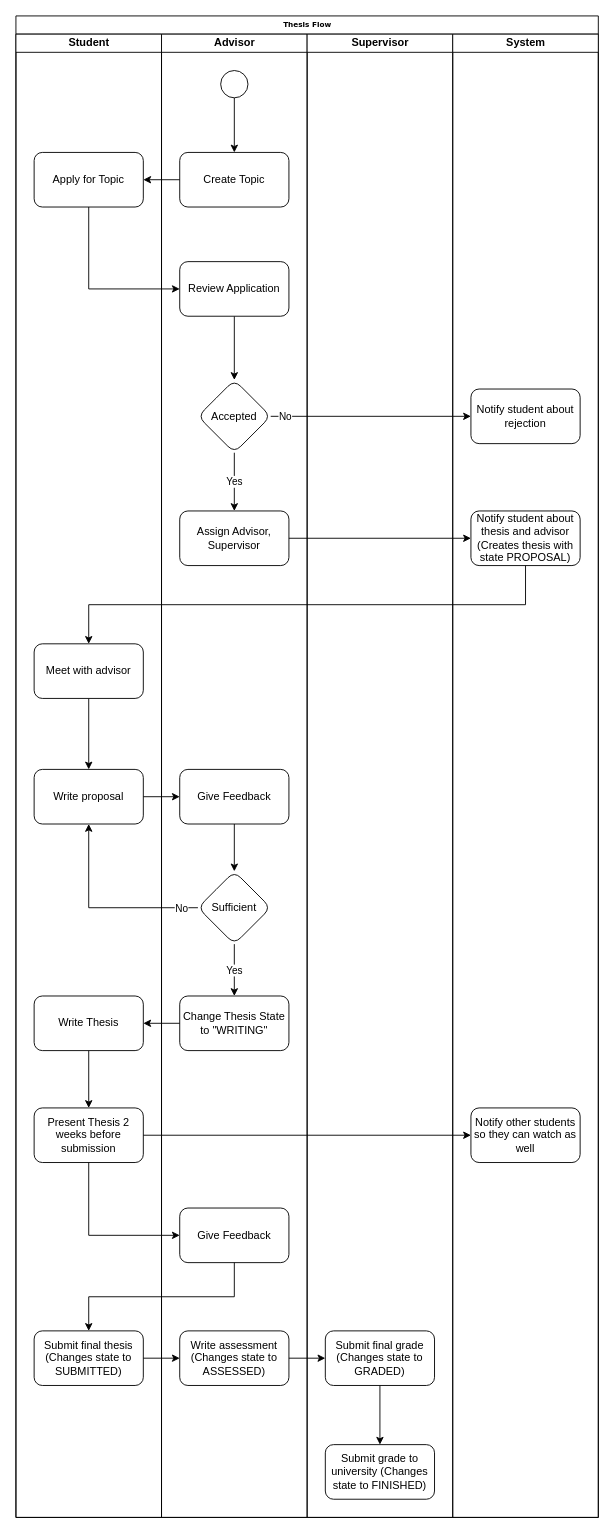
fabian-emilius/bachelor-thesis-charts keeps this draw.io diagram as thesis-writing-flowchart.drawio. Above is the earlier version. Source tidied: cells renumbered, new cells numbered last; positions are measured from the earlier drawing's top-left corner, leaving out a move shared by most shapes. Both pictures are drawn from the tidied source at 91%, with x=0, y=0 at pixel (15, 15).
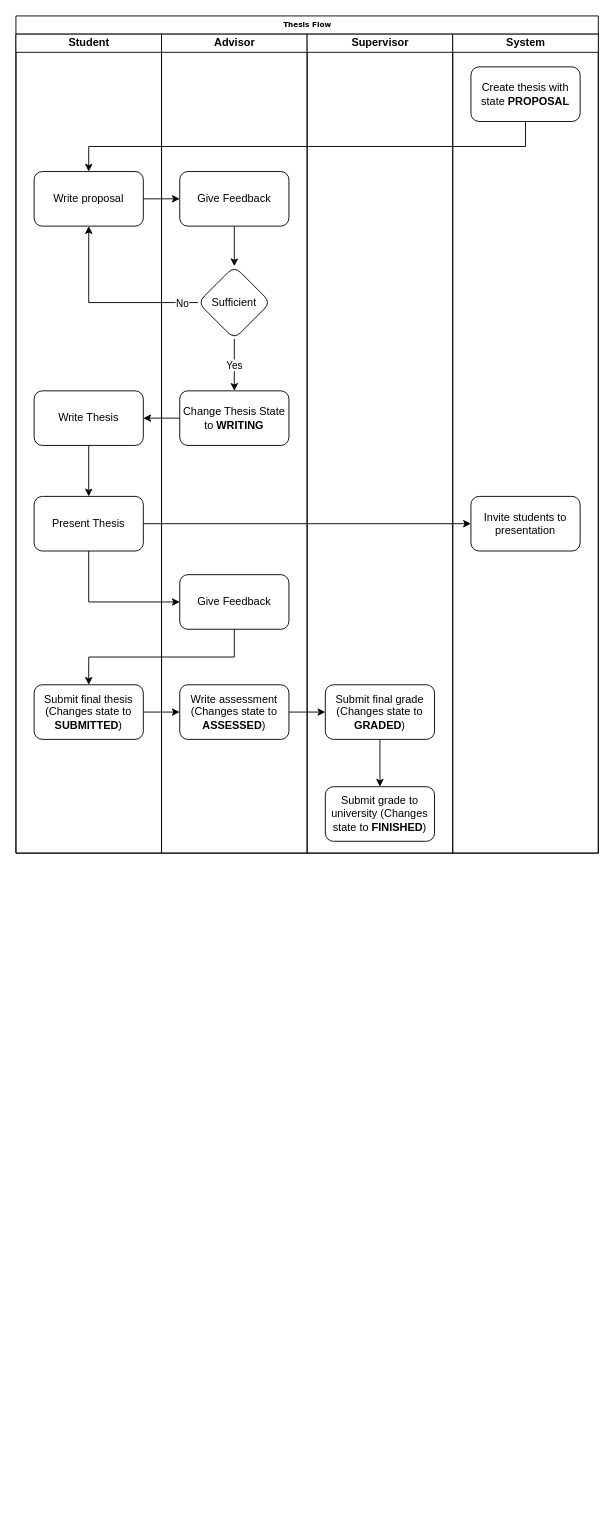
The same page after the edit.

The edit, as a diff of the source:
```diff
@@
     <mxCell id="2" value="Thesis Flow" style="swimlane;html=1;startSize=20;rounded=0;shadow=0;labelBackgroundColor=none;strokeWidth=1;fontFamily=Verdana;fontSize=8;align=center;" parent="1" vertex="1">
-      <mxGeometry width="640" height="1650" as="geometry" />
+      <mxGeometry width="640" height="920" as="geometry" />
     </mxCell>
     <mxCell id="3" value="Student" style="swimlane;html=1;startSize=20;" parent="2" vertex="1">
-      <mxGeometry y="20" width="160" height="1630" as="geometry" />
+      <mxGeometry y="20" width="160" height="900" as="geometry" />
     </mxCell>
-    <mxCell id="4" value="Apply for Topic" style="rounded=1;whiteSpace=wrap;html=1;" parent="3" vertex="1">
-      <mxGeometry x="20" y="130" width="120" height="60" as="geometry" />
-    </mxCell>
-    <mxCell id="5" style="edgeStyle=orthogonalEdgeStyle;rounded=0;jettySize=auto;html=1;" parent="3" edge="1" source="6" target="7">
-      <mxGeometry relative="1" as="geometry" />
-    </mxCell>
-    <mxCell id="6" value="Meet with advisor" style="whiteSpace=wrap;html=1;rounded=1;" parent="3" vertex="1">
-      <mxGeometry x="20" y="670" width="120" height="60" as="geometry" />
-    </mxCell>
     <mxCell id="7" value="Write proposal" style="whiteSpace=wrap;html=1;rounded=1;" parent="3" vertex="1">
-      <mxGeometry x="20" y="808" width="120" height="60" as="geometry" />
+      <mxGeometry x="20" y="151" width="120" height="60" as="geometry" />
     </mxCell>
@@
     <mxCell id="9" value="Write Thesis" style="whiteSpace=wrap;html=1;rounded=1;" parent="3" vertex="1">
-      <mxGeometry x="20" y="1057" width="120" height="60" as="geometry" />
+      <mxGeometry x="20" y="392" width="120" height="60" as="geometry" />
     </mxCell>
-    <mxCell id="10" value="Present Thesis 2 weeks before submission" style="whiteSpace=wrap;html=1;rounded=1;" parent="3" vertex="1">
-      <mxGeometry x="20" y="1180" width="120" height="60" as="geometry" />
+    <mxCell id="10" value="Present Thesis" style="whiteSpace=wrap;html=1;rounded=1;" parent="3" vertex="1">
+      <mxGeometry x="20" y="508" width="120" height="60" as="geometry" />
     </mxCell>
-    <mxCell id="11" value="Submit final thesis (Changes state to SUBMITTED)" style="whiteSpace=wrap;html=1;rounded=1;" parent="3" vertex="1">
-      <mxGeometry x="20" y="1425" width="120" height="60" as="geometry" />
+    <mxCell id="11" value="Submit final thesis (Changes state to &lt;b&gt;SUBMITTED&lt;/b&gt;)" style="whiteSpace=wrap;html=1;rounded=1;" parent="3" vertex="1">
+      <mxGeometry x="20" y="715" width="120" height="60" as="geometry" />
     </mxCell>
     <mxCell id="12" value="Advisor" style="swimlane;html=1;startSize=20;" parent="2" vertex="1">
-      <mxGeometry x="160" y="20" width="160" height="1630" as="geometry" />
+      <mxGeometry x="160" y="20" width="160" height="900" as="geometry" />
     </mxCell>
-    <mxCell id="13" style="edgeStyle=orthogonalEdgeStyle;rounded=0;jettySize=auto;html=1;exitX=0.5;exitY=1;exitDx=0;exitDy=0;entryX=0.5;entryY=0;entryDx=0;entryDy=0;" parent="12" edge="1" source="14" target="15">
-      <mxGeometry relative="1" as="geometry" />
-    </mxCell>
-    <mxCell id="14" style="ellipse;whiteSpace=wrap;html=1;rounded=0;shadow=0;labelBackgroundColor=none;strokeWidth=1;fontFamily=Verdana;fontSize=8;align=center;" parent="12" vertex="1">
-      <mxGeometry x="65" y="40" width="30" height="30" as="geometry" />
-    </mxCell>
-    <mxCell id="15" value="Create Topic" style="rounded=1;whiteSpace=wrap;html=1;" parent="12" vertex="1">
-      <mxGeometry x="20" y="130" width="120" height="60" as="geometry" />
-    </mxCell>
-    <mxCell id="16" style="edgeStyle=orthogonalEdgeStyle;rounded=0;jettySize=auto;html=1;" parent="12" edge="1" source="17" target="19">
-      <mxGeometry relative="1" as="geometry" />
-    </mxCell>
-    <mxCell id="17" value="Review Application" style="rounded=1;whiteSpace=wrap;html=1;" parent="12" vertex="1">
-      <mxGeometry x="20" y="250" width="120" height="60" as="geometry" />
-    </mxCell>
-    <mxCell id="18" value="Yes" style="edgeStyle=orthogonalEdgeStyle;rounded=0;jettySize=auto;html=1;" parent="12" edge="1" source="19" target="20">
-      <mxGeometry relative="1" as="geometry" />
-    </mxCell>
-    <mxCell id="19" value="Accepted" style="rhombus;whiteSpace=wrap;html=1;rounded=1;" parent="12" vertex="1">
-      <mxGeometry x="40" y="380" width="80" height="80" as="geometry" />
-    </mxCell>
-    <mxCell id="20" value="Assign Advisor, Supervisor" style="whiteSpace=wrap;html=1;rounded=1;" parent="12" vertex="1">
-      <mxGeometry x="20" y="524" width="120" height="60" as="geometry" />
-    </mxCell>
@@
     <mxCell id="22" value="Give Feedback" style="whiteSpace=wrap;html=1;rounded=1;" parent="12" vertex="1">
-      <mxGeometry x="20" y="808" width="120" height="60" as="geometry" />
+      <mxGeometry x="20" y="151" width="120" height="60" as="geometry" />
     </mxCell>
@@
     <mxCell id="24" value="Sufficient" style="rhombus;whiteSpace=wrap;html=1;rounded=1;" parent="12" vertex="1">
-      <mxGeometry x="40" y="920" width="80" height="80" as="geometry" />
+      <mxGeometry x="40" y="255" width="80" height="80" as="geometry" />
     </mxCell>
-    <mxCell id="25" value="Change Thesis State to &quot;WRITING&quot;" style="whiteSpace=wrap;html=1;rounded=1;" parent="12" vertex="1">
-      <mxGeometry x="20" y="1057" width="120" height="60" as="geometry" />
+    <mxCell id="25" value="Change Thesis State to &lt;b&gt;WRITING&lt;/b&gt;" style="whiteSpace=wrap;html=1;rounded=1;" parent="12" vertex="1">
+      <mxGeometry x="20" y="392" width="120" height="60" as="geometry" />
     </mxCell>
     <mxCell id="26" value="Give Feedback" style="whiteSpace=wrap;html=1;rounded=1;" parent="12" vertex="1">
-      <mxGeometry x="20" y="1290" width="120" height="60" as="geometry" />
+      <mxGeometry x="20" y="594" width="120" height="60" as="geometry" />
     </mxCell>
-    <mxCell id="27" value="Write assessment (Changes state to ASSESSED)" style="whiteSpace=wrap;html=1;rounded=1;" parent="12" vertex="1">
-      <mxGeometry x="20" y="1425" width="120" height="60" as="geometry" />
+    <mxCell id="27" value="Write assessment (Changes state to &lt;b&gt;ASSESSED&lt;/b&gt;)" style="whiteSpace=wrap;html=1;rounded=1;" parent="12" vertex="1">
+      <mxGeometry x="20" y="715" width="120" height="60" as="geometry" />
     </mxCell>
     <mxCell id="28" value="Supervisor" style="swimlane;html=1;startSize=20;" parent="2" vertex="1">
-      <mxGeometry x="320" y="20" width="160" height="1630" as="geometry" />
+      <mxGeometry x="320" y="20" width="160" height="900" as="geometry" />
     </mxCell>
-    <mxCell id="29" style="edgeStyle=orthogonalEdgeStyle;rounded=0;jettySize=auto;html=1;" parent="28" edge="1" source="30" target="31">
+    <mxCell id="29" style="edgeStyle=orthogonalEdgeStyle;rounded=0;jettySize=auto;html=1;entryX=0.5;entryY=0;entryDx=0;entryDy=0;" parent="28" edge="1" source="30" target="31">
       <mxGeometry relative="1" as="geometry" />
     </mxCell>
-    <mxCell id="30" value="Submit final grade&lt;div&gt;(Changes state to GRADED)&lt;/div&gt;" style="whiteSpace=wrap;html=1;rounded=1;" parent="28" vertex="1">
-      <mxGeometry x="20" y="1425" width="120" height="60" as="geometry" />
+    <mxCell id="30" value="Submit final grade&lt;div&gt;(Changes state to &lt;b&gt;GRADED&lt;/b&gt;)&lt;/div&gt;" style="whiteSpace=wrap;html=1;rounded=1;" parent="28" vertex="1">
+      <mxGeometry x="20" y="715" width="120" height="60" as="geometry" />
     </mxCell>
-    <mxCell id="31" value="Submit grade to university (Changes state to FINISHED)" style="whiteSpace=wrap;html=1;rounded=1;" parent="28" vertex="1">
-      <mxGeometry x="20" y="1550" width="120" height="60" as="geometry" />
+    <mxCell id="31" value="Submit grade to university (Changes state to &lt;b&gt;FINISHED&lt;/b&gt;)" style="whiteSpace=wrap;html=1;rounded=1;" parent="28" vertex="1">
+      <mxGeometry x="20" y="827" width="120" height="60" as="geometry" />
     </mxCell>
     <mxCell id="32" value="System" style="swimlane;html=1;startSize=20;" parent="2" vertex="1">
-      <mxGeometry x="480" y="20" width="160" height="1630" as="geometry" />
+      <mxGeometry x="480" y="20" width="160" height="900" as="geometry" />
     </mxCell>
-    <mxCell id="33" value="Notify student about rejection" style="whiteSpace=wrap;html=1;rounded=1;" parent="32" vertex="1">
-      <mxGeometry x="20" y="390" width="120" height="60" as="geometry" />
-    </mxCell>
-    <mxCell id="34" value="Notify student about thesis and advisor (Creates thesis with state PROPOSAL)" style="whiteSpace=wrap;html=1;rounded=1;" parent="32" vertex="1">
-      <mxGeometry x="20" y="524" width="120" height="60" as="geometry" />
+    <mxCell id="34" value="Create thesis with state &lt;b&gt;PROPOSAL&lt;/b&gt;" style="whiteSpace=wrap;html=1;rounded=1;" parent="32" vertex="1">
+      <mxGeometry x="20" y="36" width="120" height="60" as="geometry" />
     </mxCell>
-    <mxCell id="35" value="Notify other students so they can watch as well" style="whiteSpace=wrap;html=1;rounded=1;" parent="32" vertex="1">
-      <mxGeometry x="20" y="1180" width="120" height="60" as="geometry" />
+    <mxCell id="35" value="Invite students to&lt;div&gt;presentation&lt;/div&gt;" style="whiteSpace=wrap;html=1;rounded=1;" parent="32" vertex="1">
+      <mxGeometry x="20" y="508" width="120" height="60" as="geometry" />
     </mxCell>
-    <mxCell id="36" style="edgeStyle=orthogonalEdgeStyle;rounded=0;jettySize=auto;html=1;" parent="2" edge="1" source="15" target="4">
-      <mxGeometry relative="1" as="geometry" />
-    </mxCell>
-    <mxCell id="37" style="edgeStyle=orthogonalEdgeStyle;rounded=0;jettySize=auto;html=1;exitX=0.5;exitY=1;exitDx=0;exitDy=0;entryX=0;entryY=0.5;entryDx=0;entryDy=0;" parent="2" edge="1" source="4" target="17">
-      <mxGeometry relative="1" as="geometry" />
-    </mxCell>
-    <mxCell id="38" style="edgeStyle=orthogonalEdgeStyle;rounded=0;jettySize=auto;html=1;" parent="2" edge="1" source="19" target="33">
-      <mxGeometry relative="1" as="geometry" />
-    </mxCell>
-    <mxCell id="39" value="No" style="edgeLabel;html=1;align=center;verticalAlign=middle;" parent="38" vertex="1">
-      <mxGeometry x="-0.83" relative="1" as="geometry">
-        <mxPoint x="-4" as="offset" />
-      </mxGeometry>
-    </mxCell>
-    <mxCell id="40" style="edgeStyle=orthogonalEdgeStyle;rounded=0;jettySize=auto;html=1;" parent="2" edge="1" source="20" target="34">
-      <mxGeometry relative="1" as="geometry" />
-    </mxCell>
-    <mxCell id="41" style="edgeStyle=orthogonalEdgeStyle;rounded=0;jettySize=auto;html=1;exitX=0.5;exitY=1;exitDx=0;exitDy=0;entryX=0.5;entryY=0;entryDx=0;entryDy=0;" parent="2" edge="1" source="34" target="6">
+    <mxCell id="41" style="edgeStyle=orthogonalEdgeStyle;rounded=0;jettySize=auto;html=1;exitX=0.5;exitY=1;exitDx=0;exitDy=0;entryX=0.5;entryY=0;entryDx=0;entryDy=0;" parent="2" edge="1" source="34" target="7">
       <mxGeometry relative="1" as="geometry" />
     </mxCell>
```
